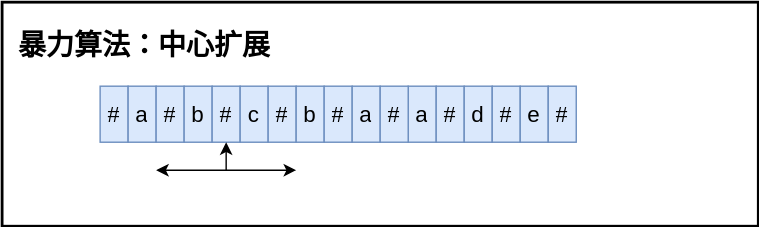
TBD2021/Salt-and-Computer-Science keeps this draw.io diagram as Algorithms/img/Manacher1.svg. Above is the earlier version. Source tidied: cells renumbered, new cells last; positions are measured from the earlier drawing's top-left corner, leaving out a move shared by most shapes. The source it was exported from:
```xml
<mxGraphModel>
  <root>
    <mxCell id="0" />
    <mxCell id="1" parent="0" />
    <mxCell id="2" style="rounded=0;whiteSpace=wrap;html=1;strokeWidth=2;" parent="1" vertex="1">
      <mxGeometry width="540" height="160" as="geometry" />
    </mxCell>
    <object id="3" label="#" name="Variable" placeholders="1">
      <mxCell style="text;html=1;strokeColor=#6c8ebf;fillColor=#dae8fc;align=center;verticalAlign=middle;whiteSpace=wrap;overflow=hidden;fontSize=16;" parent="1" vertex="1">
        <mxGeometry x="70" y="60" width="20" height="40" as="geometry" />
      </mxCell>
    </object>
    <object id="4" label="&lt;span style=&quot;font-size: 20px;&quot;&gt;&lt;b&gt;暴力算法：中心扩展&lt;/b&gt;&lt;/span&gt;" name="Variable" placeholders="1">
      <mxCell style="text;html=1;strokeColor=none;fillColor=none;align=left;verticalAlign=middle;whiteSpace=wrap;overflow=hidden;" parent="1" vertex="1">
        <mxGeometry x="10" y="10" width="220" height="40" as="geometry" />
      </mxCell>
    </object>
    <object id="5" label="&lt;font style=&quot;font-size: 16px;&quot;&gt;a&lt;/font&gt;" name="Variable" placeholders="1">
      <mxCell style="text;html=1;strokeColor=#6c8ebf;fillColor=#dae8fc;align=center;verticalAlign=middle;whiteSpace=wrap;overflow=hidden;fontSize=16;" parent="1" vertex="1">
        <mxGeometry x="90" y="60" width="20" height="40" as="geometry" />
      </mxCell>
    </object>
    <object id="6" label="#" name="Variable" placeholders="1">
      <mxCell style="text;html=1;strokeColor=#6c8ebf;fillColor=#dae8fc;align=center;verticalAlign=middle;whiteSpace=wrap;overflow=hidden;fontSize=16;" parent="1" vertex="1">
        <mxGeometry x="110" y="60" width="20" height="40" as="geometry" />
      </mxCell>
    </object>
    <object id="7" label="b" name="Variable" placeholders="1">
      <mxCell style="text;html=1;strokeColor=#6c8ebf;fillColor=#dae8fc;align=center;verticalAlign=middle;whiteSpace=wrap;overflow=hidden;fontSize=16;" parent="1" vertex="1">
        <mxGeometry x="130" y="60" width="20" height="40" as="geometry" />
      </mxCell>
    </object>
    <object id="8" label="a" name="Variable" placeholders="1">
      <mxCell style="text;html=1;strokeColor=#6c8ebf;fillColor=#dae8fc;align=center;verticalAlign=middle;whiteSpace=wrap;overflow=hidden;fontSize=16;" parent="1" vertex="1">
        <mxGeometry x="290" y="60" width="20" height="40" as="geometry" />
      </mxCell>
    </object>
    <object id="9" label="#" name="Variable" placeholders="1">
      <mxCell style="text;html=1;strokeColor=#6c8ebf;fillColor=#dae8fc;align=center;verticalAlign=middle;whiteSpace=wrap;overflow=hidden;fontSize=16;" parent="1" vertex="1">
        <mxGeometry x="310" y="60" width="20" height="40" as="geometry" />
      </mxCell>
    </object>
    <object id="10" label="d" name="Variable" placeholders="1">
      <mxCell style="text;html=1;strokeColor=#6c8ebf;fillColor=#dae8fc;align=center;verticalAlign=middle;whiteSpace=wrap;overflow=hidden;fontSize=16;" parent="1" vertex="1">
        <mxGeometry x="330" y="60" width="20" height="40" as="geometry" />
      </mxCell>
    </object>
    <object id="11" label="#" name="Variable" placeholders="1">
      <mxCell style="text;html=1;strokeColor=#6c8ebf;fillColor=#dae8fc;align=center;verticalAlign=middle;whiteSpace=wrap;overflow=hidden;fontSize=16;" parent="1" vertex="1">
        <mxGeometry x="350" y="60" width="20" height="40" as="geometry" />
      </mxCell>
    </object>
    <object id="12" label="e" name="Variable" placeholders="1">
      <mxCell style="text;html=1;strokeColor=#6c8ebf;fillColor=#dae8fc;align=center;verticalAlign=middle;whiteSpace=wrap;overflow=hidden;fontSize=16;" parent="1" vertex="1">
        <mxGeometry x="370" y="60" width="20" height="40" as="geometry" />
      </mxCell>
    </object>
    <object id="13" label="#" name="Variable" placeholders="1">
      <mxCell style="text;html=1;strokeColor=#6c8ebf;fillColor=#dae8fc;align=center;verticalAlign=middle;whiteSpace=wrap;overflow=hidden;fontSize=16;" parent="1" vertex="1">
        <mxGeometry x="390" y="60" width="20" height="40" as="geometry" />
      </mxCell>
    </object>
    <object id="14" label="#" name="Variable" placeholders="1">
      <mxCell style="text;html=1;strokeColor=#6c8ebf;fillColor=#dae8fc;align=center;verticalAlign=middle;whiteSpace=wrap;overflow=hidden;fontSize=16;" parent="1" vertex="1">
        <mxGeometry x="150" y="60" width="20" height="40" as="geometry" />
      </mxCell>
    </object>
    <object id="15" label="c" name="Variable" placeholders="1">
      <mxCell style="text;html=1;strokeColor=#6c8ebf;fillColor=#dae8fc;align=center;verticalAlign=middle;whiteSpace=wrap;overflow=hidden;fontSize=16;" parent="1" vertex="1">
        <mxGeometry x="170" y="60" width="20" height="40" as="geometry" />
      </mxCell>
    </object>
    <object id="16" label="#" name="Variable" placeholders="1">
      <mxCell style="text;html=1;strokeColor=#6c8ebf;fillColor=#dae8fc;align=center;verticalAlign=middle;whiteSpace=wrap;overflow=hidden;fontSize=16;" parent="1" vertex="1">
        <mxGeometry x="190" y="60" width="20" height="40" as="geometry" />
      </mxCell>
    </object>
    <object id="17" label="b" name="Variable" placeholders="1">
      <mxCell style="text;html=1;strokeColor=#6c8ebf;fillColor=#dae8fc;align=center;verticalAlign=middle;whiteSpace=wrap;overflow=hidden;fontSize=16;" parent="1" vertex="1">
        <mxGeometry x="210" y="60" width="20" height="40" as="geometry" />
      </mxCell>
    </object>
    <object id="18" label="#" name="Variable" placeholders="1">
      <mxCell style="text;html=1;strokeColor=#6c8ebf;fillColor=#dae8fc;align=center;verticalAlign=middle;whiteSpace=wrap;overflow=hidden;fontSize=16;" parent="1" vertex="1">
        <mxGeometry x="230" y="60" width="20" height="40" as="geometry" />
      </mxCell>
    </object>
    <object id="19" label="a" name="Variable" placeholders="1">
      <mxCell style="text;html=1;strokeColor=#6c8ebf;fillColor=#dae8fc;align=center;verticalAlign=middle;whiteSpace=wrap;overflow=hidden;fontSize=16;" parent="1" vertex="1">
        <mxGeometry x="250" y="60" width="20" height="40" as="geometry" />
      </mxCell>
    </object>
    <object id="20" label="#" name="Variable" placeholders="1">
      <mxCell style="text;html=1;strokeColor=#6c8ebf;fillColor=#dae8fc;align=center;verticalAlign=middle;whiteSpace=wrap;overflow=hidden;fontSize=16;" parent="1" vertex="1">
        <mxGeometry x="270" y="60" width="20" height="40" as="geometry" />
      </mxCell>
    </object>
    <mxCell id="21" style="endArrow=classic;startArrow=classic;html=1;rounded=0;" parent="1" edge="1">
      <mxGeometry relative="1" as="geometry">
        <mxPoint x="110" y="120" as="sourcePoint" />
        <mxPoint x="210" y="120" as="targetPoint" />
      </mxGeometry>
    </mxCell>
    <mxCell id="22" style="endArrow=classic;html=1;rounded=0;entryX=0.5;entryY=1;entryDx=0;entryDy=0;" parent="1" edge="1" target="14">
      <mxGeometry relative="1" as="geometry">
        <mxPoint x="160" y="120" as="sourcePoint" />
      </mxGeometry>
    </mxCell>
  </root>
</mxGraphModel>
```
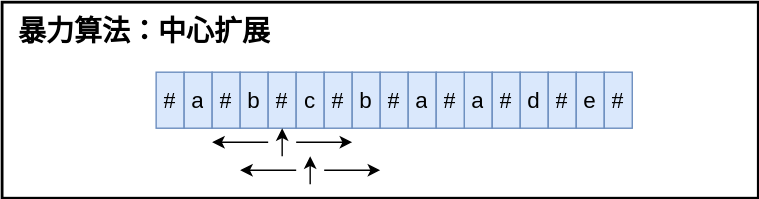
Above is the later version.

Change to the diagram source:
```diff
@@ -3,7 +3,7 @@
     <mxCell id="0" />
     <mxCell id="1" parent="0" />
     <mxCell id="2" style="rounded=0;whiteSpace=wrap;html=1;strokeWidth=2;" parent="1" vertex="1">
-      <mxGeometry width="540" height="160" as="geometry" />
+      <mxGeometry x="-40" y="10" width="540" height="140" as="geometry" />
     </mxCell>
     <object id="3" label="#" name="Variable" placeholders="1">
       <mxCell style="text;html=1;strokeColor=#6c8ebf;fillColor=#dae8fc;align=center;verticalAlign=middle;whiteSpace=wrap;overflow=hidden;fontSize=16;" parent="1" vertex="1">
@@ -12,7 +12,7 @@
     </object>
     <object id="4" label="&lt;span style=&quot;font-size: 20px;&quot;&gt;&lt;b&gt;暴力算法：中心扩展&lt;/b&gt;&lt;/span&gt;" name="Variable" placeholders="1">
       <mxCell style="text;html=1;strokeColor=none;fillColor=none;align=left;verticalAlign=middle;whiteSpace=wrap;overflow=hidden;" parent="1" vertex="1">
-        <mxGeometry x="10" y="10" width="220" height="40" as="geometry" />
+        <mxGeometry x="-30" y="10" width="220" height="40" as="geometry" />
       </mxCell>
     </object>
     <object id="5" label="&lt;font style=&quot;font-size: 16px;&quot;&gt;a&lt;/font&gt;" name="Variable" placeholders="1">
@@ -95,16 +95,40 @@
         <mxGeometry x="270" y="60" width="20" height="40" as="geometry" />
       </mxCell>
     </object>
-    <mxCell id="21" style="endArrow=classic;startArrow=classic;html=1;rounded=0;" parent="1" edge="1">
-      <mxGeometry relative="1" as="geometry">
-        <mxPoint x="110" y="120" as="sourcePoint" />
-        <mxPoint x="210" y="120" as="targetPoint" />
-      </mxGeometry>
-    </mxCell>
     <mxCell id="22" style="endArrow=classic;html=1;rounded=0;entryX=0.5;entryY=1;entryDx=0;entryDy=0;" parent="1" edge="1" target="14">
       <mxGeometry relative="1" as="geometry">
         <mxPoint x="160" y="120" as="sourcePoint" />
       </mxGeometry>
     </mxCell>
+    <mxCell id="23" style="endArrow=classic;html=1;rounded=0;" parent="1" edge="1">
+      <mxGeometry relative="1" as="geometry">
+        <mxPoint x="170" y="110" as="sourcePoint" />
+        <mxPoint x="210" y="110" as="targetPoint" />
+      </mxGeometry>
+    </mxCell>
+    <mxCell id="24" style="endArrow=classic;html=1;rounded=0;" parent="1" edge="1">
+      <mxGeometry relative="1" as="geometry">
+        <mxPoint x="150" y="110" as="sourcePoint" />
+        <mxPoint x="110" y="110" as="targetPoint" />
+      </mxGeometry>
+    </mxCell>
+    <mxCell id="25" style="endArrow=classic;html=1;rounded=0;entryX=0.5;entryY=1;entryDx=0;entryDy=0;" parent="1" edge="1">
+      <mxGeometry relative="1" as="geometry">
+        <mxPoint x="180" y="140" as="sourcePoint" />
+        <mxPoint x="180" y="120" as="targetPoint" />
+      </mxGeometry>
+    </mxCell>
+    <mxCell id="26" style="endArrow=classic;html=1;rounded=0;" parent="1" edge="1">
+      <mxGeometry relative="1" as="geometry">
+        <mxPoint x="190" y="130" as="sourcePoint" />
+        <mxPoint x="230" y="130" as="targetPoint" />
+      </mxGeometry>
+    </mxCell>
+    <mxCell id="27" style="endArrow=classic;html=1;rounded=0;" parent="1" edge="1">
+      <mxGeometry relative="1" as="geometry">
+        <mxPoint x="170" y="130" as="sourcePoint" />
+        <mxPoint x="130" y="130" as="targetPoint" />
+      </mxGeometry>
+    </mxCell>
   </root>
 </mxGraphModel>
```
